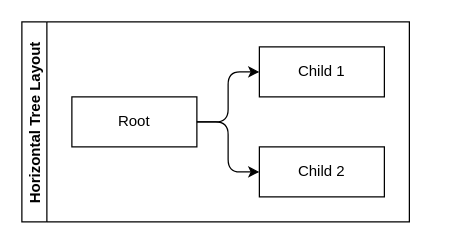
This is TD/TD1/Organigramme_TD1_R2_10.drawio from emeraudeLa/R2.10_GestionProjet, a draw.io file, before an edit. Source tidied: cells renumbered, new cells numbered last; positions are measured from the earlier drawing's top-left corner, leaving out a move shared by most shapes. Both pictures are drawn from the tidied source at 125%, with x=0, y=0 at pixel (21, 21).
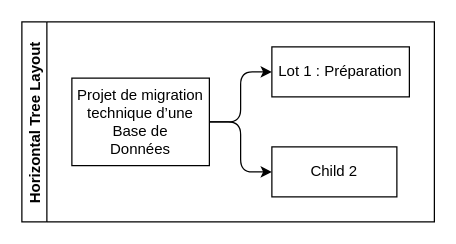
After the change.

Commit message (it also covers changes not shown here):
Mettre à jour Organigramme_TD1_R2_10.drawio

Diff of the diagram source:
```diff
@@
 <mxGraphModel>
   <root>
     <mxCell id="0" />
     <mxCell id="1" parent="0" />
     <mxCell id="2" value="Horizontal Tree Layout" style="swimlane;startSize=20;horizontal=0;horizontalTree=1;sortEdges=1;containerType=tree;fontSize=12;" parent="1" vertex="1">
-      <mxGeometry width="310" height="160" as="geometry" />
+      <mxGeometry width="330" height="160" as="geometry" />
     </mxCell>
-    <mxCell id="3" value="Root" style="whiteSpace=wrap;html=1;" parent="2" vertex="1">
-      <mxGeometry x="40" y="60" width="100" height="40" as="geometry" />
+    <mxCell id="3" value="Projet de migration technique d’une Base de&lt;br&gt;Données" style="whiteSpace=wrap;html=1;" parent="2" vertex="1">
+      <mxGeometry x="40" y="45" width="110" height="70" as="geometry" />
     </mxCell>
-    <mxCell id="4" value="Child 1" style="whiteSpace=wrap;html=1;" parent="2" vertex="1">
-      <mxGeometry x="190" y="20" width="100" height="40" as="geometry" />
+    <mxCell id="4" value="Lot 1 : Préparation" style="whiteSpace=wrap;html=1;" parent="2" vertex="1">
+      <mxGeometry x="200" y="20" width="110" height="40" as="geometry" />
     </mxCell>
     <mxCell id="5" style="edgeStyle=elbowEdgeStyle;elbow=horizontal;html=1;rounded=1;curved=0;sourcePerimeterSpacing=0;targetPerimeterSpacing=0;startSize=6;endSize=6;" parent="2" edge="1" source="3" target="4">
       <mxGeometry relative="1" as="geometry" />
     </mxCell>
     <mxCell id="6" value="Child 2" style="whiteSpace=wrap;html=1;" parent="2" vertex="1">
-      <mxGeometry x="190" y="100" width="100" height="40" as="geometry" />
+      <mxGeometry x="200" y="100" width="100" height="40" as="geometry" />
     </mxCell>
     <mxCell id="7" style="edgeStyle=elbowEdgeStyle;elbow=horizontal;html=1;rounded=1;curved=0;sourcePerimeterSpacing=0;targetPerimeterSpacing=0;startSize=6;endSize=6;" parent="2" edge="1" source="3" target="6">
       <mxGeometry relative="1" as="geometry" />
     </mxCell>
   </root>
 </mxGraphModel>
```
